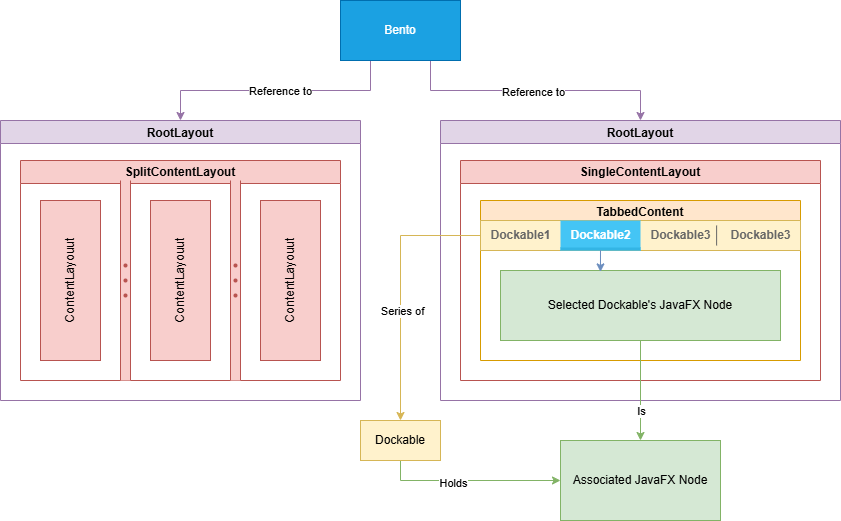
The draw.io diagram assets/overview.png in Col-E/BentoFX, before a commit. Source tidied: cells renumbered, new cells last; positions are measured from the earlier drawing's top-left corner, leaving out a move shared by most shapes. The source it was exported from:
```xml
<mxGraphModel>
  <root>
    <mxCell id="0" />
    <mxCell id="1" parent="0" />
    <mxCell id="2" value="RootLayout" style="swimlane;fillColor=#e1d5e7;strokeColor=#9673a6;" parent="1" vertex="1">
      <mxGeometry y="120" width="360" height="280" as="geometry" />
    </mxCell>
    <mxCell id="3" value="SplitContentLayout" style="swimlane;whiteSpace=wrap;html=1;startSize=23;fillColor=#f8cecc;strokeColor=#b85450;" parent="2" vertex="1">
      <mxGeometry x="20" y="40" width="320" height="220" as="geometry" />
    </mxCell>
    <mxCell id="4" style="verticalLabelPosition=bottom;shadow=0;dashed=0;align=center;html=1;verticalAlign=top;strokeWidth=1;shape=mxgraph.mockup.forms.splitter;strokeColor=#b85450;direction=north;fillColor=#f8cecc;" parent="3" vertex="1">
      <mxGeometry x="100" y="20" width="10" height="200" as="geometry" />
    </mxCell>
    <mxCell id="5" style="verticalLabelPosition=bottom;shadow=0;dashed=0;align=center;html=1;verticalAlign=top;strokeWidth=1;shape=mxgraph.mockup.forms.splitter;strokeColor=#b85450;direction=north;fillColor=#f8cecc;" parent="3" vertex="1">
      <mxGeometry x="210" y="20" width="10" height="200" as="geometry" />
    </mxCell>
    <mxCell id="6" value="ContentLayouut" style="rounded=0;whiteSpace=wrap;html=1;direction=west;horizontal=0;fillColor=#f8cecc;strokeColor=#b85450;" parent="3" vertex="1">
      <mxGeometry x="20" y="40" width="60" height="160" as="geometry" />
    </mxCell>
    <mxCell id="7" value="ContentLayouut" style="rounded=0;whiteSpace=wrap;html=1;direction=west;horizontal=0;fillColor=#f8cecc;strokeColor=#b85450;" parent="3" vertex="1">
      <mxGeometry x="130" y="40" width="60" height="160" as="geometry" />
    </mxCell>
    <mxCell id="8" value="ContentLayouut" style="rounded=0;whiteSpace=wrap;html=1;direction=west;horizontal=0;fillColor=#f8cecc;strokeColor=#b85450;" parent="3" vertex="1">
      <mxGeometry x="240" y="40" width="60" height="160" as="geometry" />
    </mxCell>
    <mxCell id="9" style="edgeStyle=orthogonalEdgeStyle;rounded=0;jettySize=auto;html=1;exitX=0.25;exitY=1;exitDx=0;exitDy=0;entryX=0.5;entryY=0;entryDx=0;entryDy=0;fillColor=#e1d5e7;strokeColor=#9673a6;" parent="1" edge="1" source="13" target="2">
      <mxGeometry relative="1" as="geometry" />
    </mxCell>
    <mxCell id="10" value="Reference to" style="edgeLabel;html=1;align=center;verticalAlign=middle;" parent="9" vertex="1">
      <mxGeometry x="-0.04" relative="1" as="geometry" />
    </mxCell>
    <mxCell id="11" style="edgeStyle=orthogonalEdgeStyle;rounded=0;jettySize=auto;html=1;exitX=0.75;exitY=1;exitDx=0;exitDy=0;entryX=0.5;entryY=0;entryDx=0;entryDy=0;fillColor=#e1d5e7;strokeColor=#9673a6;" parent="1" edge="1" source="13" target="14">
      <mxGeometry relative="1" as="geometry" />
    </mxCell>
    <mxCell id="12" value="Reference to" style="edgeLabel;html=1;align=center;verticalAlign=middle;" parent="11" vertex="1">
      <mxGeometry x="-0.02" y="-1" relative="1" as="geometry" />
    </mxCell>
    <mxCell id="13" value="Bento" style="rounded=0;whiteSpace=wrap;html=1;fillColor=#1ba1e2;strokeColor=#006EAF;fontColor=#ffffff;" parent="1" vertex="1">
      <mxGeometry x="340" width="120" height="60" as="geometry" />
    </mxCell>
    <mxCell id="14" value="RootLayout" style="swimlane;fillColor=#e1d5e7;strokeColor=#9673a6;" parent="1" vertex="1">
      <mxGeometry x="440" y="120" width="400" height="280" as="geometry" />
    </mxCell>
    <mxCell id="15" value="SingleContentLayout" style="swimlane;whiteSpace=wrap;html=1;startSize=23;fillColor=#f8cecc;strokeColor=#b85450;" parent="14" vertex="1">
      <mxGeometry x="20" y="40" width="360" height="220" as="geometry" />
    </mxCell>
    <mxCell id="16" value="TabbedContent" style="swimlane;whiteSpace=wrap;html=1;startSize=23;fillColor=#ffe6cc;strokeColor=#d79b00;" parent="15" vertex="1">
      <mxGeometry x="20" y="40" width="320" height="160" as="geometry" />
    </mxCell>
    <mxCell id="17" style="strokeWidth=1;html=1;shadow=0;dashed=0;shape=mxgraph.android.rrect;rSize=0;fillColor=#fff2cc;strokeColor=#d6b656;" parent="16" vertex="1">
      <mxGeometry y="20" width="320" height="30" as="geometry" />
    </mxCell>
    <mxCell id="18" value="Dockable1" style="strokeWidth=1;html=1;shadow=0;dashed=0;shape=mxgraph.android.anchor;fontStyle=1;fontColor=#666666;" parent="17" vertex="1">
      <mxGeometry width="80" height="30" as="geometry" />
    </mxCell>
    <mxCell id="19" value="Dockable2" style="strokeWidth=1;html=1;shadow=0;dashed=0;shape=mxgraph.android.rrect;rSize=0;fontStyle=1;fillColor=#44c5f5;strokeColor=none;fontColor=#ffffff;" parent="17" vertex="1">
      <mxGeometry x="80" width="80" height="30" as="geometry" />
    </mxCell>
    <mxCell id="20" style="strokeWidth=1;html=1;shadow=0;dashed=0;shape=mxgraph.android.rrect;rSize=0;fillColor=#33b5e5;strokeColor=none;" parent="19" vertex="1">
      <mxGeometry y="27" width="80" height="3" as="geometry" />
    </mxCell>
    <mxCell id="21" value="Dockable3" style="strokeWidth=1;html=1;shadow=0;dashed=0;shape=mxgraph.android.anchor;fontStyle=1;fontColor=#666666;" parent="17" vertex="1">
      <mxGeometry x="160" width="80" height="30" as="geometry" />
    </mxCell>
    <mxCell id="22" value="Dockable3" style="strokeWidth=1;html=1;shadow=0;dashed=0;shape=mxgraph.android.anchor;fontStyle=1;fontColor=#666666;" parent="17" vertex="1">
      <mxGeometry x="240" width="80" height="30" as="geometry" />
    </mxCell>
    <mxCell id="23" style="shape=line;strokeColor=#666666;direction=south;" parent="17" vertex="1">
      <mxGeometry x="227.5" y="5" width="17.3" height="20" as="geometry" />
    </mxCell>
    <mxCell id="24" value="Selected Dockable's JavaFX Node" style="rounded=0;whiteSpace=wrap;html=1;direction=west;horizontal=1;fillColor=#d5e8d4;strokeColor=#82b366;" parent="16" vertex="1">
      <mxGeometry x="20" y="70" width="280" height="70" as="geometry" />
    </mxCell>
    <mxCell id="25" style="edgeStyle=orthogonalEdgeStyle;rounded=0;jettySize=auto;html=1;entryX=0.643;entryY=0.98;entryDx=0;entryDy=0;entryPerimeter=0;fillColor=#dae8fc;strokeColor=#6c8ebf;" parent="16" edge="1" source="19" target="24">
      <mxGeometry relative="1" as="geometry" />
    </mxCell>
    <mxCell id="26" style="edgeStyle=orthogonalEdgeStyle;rounded=0;jettySize=auto;html=1;exitX=0.5;exitY=1;exitDx=0;exitDy=0;entryX=0;entryY=0.5;entryDx=0;entryDy=0;fillColor=#d5e8d4;strokeColor=#82b366;" parent="1" edge="1" source="28" target="29">
      <mxGeometry relative="1" as="geometry" />
    </mxCell>
    <mxCell id="27" value="Holds" style="edgeLabel;html=1;align=center;verticalAlign=middle;" parent="26" vertex="1">
      <mxGeometry x="-0.2" y="-2" relative="1" as="geometry" />
    </mxCell>
    <mxCell id="28" value="Dockable" style="rounded=0;whiteSpace=wrap;html=1;fillColor=#fff2cc;strokeColor=#d6b656;" parent="1" vertex="1">
      <mxGeometry x="360" y="420" width="80" height="40" as="geometry" />
    </mxCell>
    <mxCell id="29" value="Associated JavaFX Node" style="rounded=0;whiteSpace=wrap;html=1;fillColor=#d5e8d4;strokeColor=#82b366;" parent="1" vertex="1">
      <mxGeometry x="560" y="440" width="160" height="80" as="geometry" />
    </mxCell>
    <mxCell id="30" style="edgeStyle=orthogonalEdgeStyle;rounded=0;jettySize=auto;html=1;exitX=0.5;exitY=0;exitDx=0;exitDy=0;entryX=0.5;entryY=0;entryDx=0;entryDy=0;fillColor=#d5e8d4;strokeColor=#82b366;" parent="1" edge="1" source="24" target="29">
      <mxGeometry relative="1" as="geometry" />
    </mxCell>
    <mxCell id="31" value="Is" style="edgeLabel;html=1;align=center;verticalAlign=middle;" parent="30" vertex="1">
      <mxGeometry x="0.36" y="-2" relative="1" as="geometry">
        <mxPoint x="2" y="2" as="offset" />
      </mxGeometry>
    </mxCell>
    <mxCell id="32" style="edgeStyle=orthogonalEdgeStyle;rounded=0;jettySize=auto;html=1;entryX=0.5;entryY=0;entryDx=0;entryDy=0;fillColor=#fff2cc;strokeColor=#d6b656;" parent="1" edge="1" source="17" target="28">
      <mxGeometry relative="1" as="geometry" />
    </mxCell>
    <mxCell id="33" value="Series of" style="edgeLabel;html=1;align=center;verticalAlign=middle;" parent="32" vertex="1">
      <mxGeometry x="0.17" y="1" relative="1" as="geometry" />
    </mxCell>
  </root>
</mxGraphModel>
```
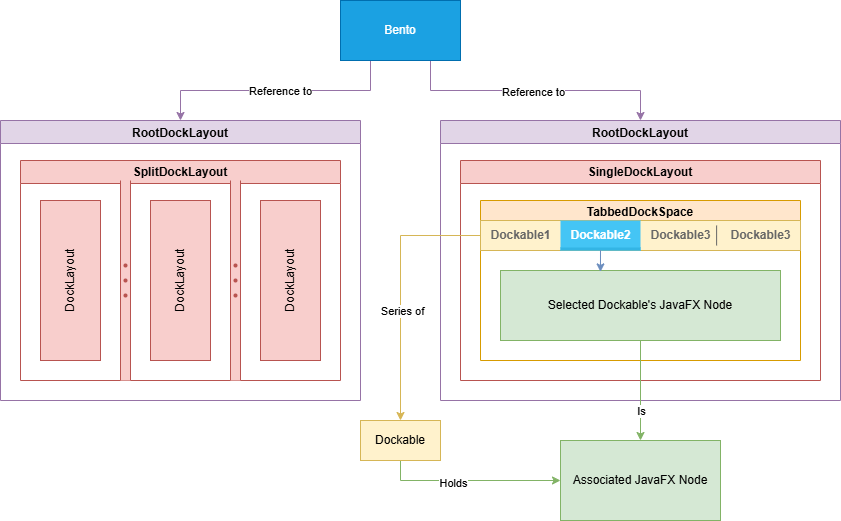
After the change.

What changed in the source:
```diff
@@ -2,10 +2,16 @@
   <root>
     <mxCell id="0" />
     <mxCell id="1" parent="0" />
+    <mxCell id="34" style="rounded=0;whiteSpace=wrap;html=1;strokeColor=none;" parent="1" vertex="1">
+      <mxGeometry y="144" width="360" height="256" as="geometry" />
+    </mxCell>
+    <mxCell id="35" style="rounded=0;whiteSpace=wrap;html=1;strokeColor=none;" parent="1" vertex="1">
+      <mxGeometry x="440" y="144" width="400" height="256" as="geometry" />
+    </mxCell>
-    <mxCell id="2" value="RootLayout" style="swimlane;fillColor=#e1d5e7;strokeColor=#9673a6;" parent="1" vertex="1">
+    <mxCell id="2" value="RootDockLayout" style="swimlane;fillColor=#e1d5e7;strokeColor=#9673a6;" parent="1" vertex="1">
       <mxGeometry y="120" width="360" height="280" as="geometry" />
     </mxCell>
-    <mxCell id="3" value="SplitContentLayout" style="swimlane;whiteSpace=wrap;html=1;startSize=23;fillColor=#f8cecc;strokeColor=#b85450;" parent="2" vertex="1">
+    <mxCell id="3" value="SplitDockLayout" style="swimlane;whiteSpace=wrap;html=1;startSize=23;fillColor=#f8cecc;strokeColor=#b85450;" parent="2" vertex="1">
       <mxGeometry x="20" y="40" width="320" height="220" as="geometry" />
     </mxCell>
     <mxCell id="4" style="verticalLabelPosition=bottom;shadow=0;dashed=0;align=center;html=1;verticalAlign=top;strokeWidth=1;shape=mxgraph.mockup.forms.splitter;strokeColor=#b85450;direction=north;fillColor=#f8cecc;" parent="3" vertex="1">
@@ -14,13 +20,13 @@
     <mxCell id="5" style="verticalLabelPosition=bottom;shadow=0;dashed=0;align=center;html=1;verticalAlign=top;strokeWidth=1;shape=mxgraph.mockup.forms.splitter;strokeColor=#b85450;direction=north;fillColor=#f8cecc;" parent="3" vertex="1">
       <mxGeometry x="210" y="20" width="10" height="200" as="geometry" />
     </mxCell>
-    <mxCell id="6" value="ContentLayouut" style="rounded=0;whiteSpace=wrap;html=1;direction=west;horizontal=0;fillColor=#f8cecc;strokeColor=#b85450;" parent="3" vertex="1">
+    <mxCell id="6" value="DockLayout" style="rounded=0;whiteSpace=wrap;html=1;direction=west;horizontal=0;fillColor=#f8cecc;strokeColor=#b85450;" parent="3" vertex="1">
       <mxGeometry x="20" y="40" width="60" height="160" as="geometry" />
     </mxCell>
-    <mxCell id="7" value="ContentLayouut" style="rounded=0;whiteSpace=wrap;html=1;direction=west;horizontal=0;fillColor=#f8cecc;strokeColor=#b85450;" parent="3" vertex="1">
+    <mxCell id="7" value="DockLayout" style="rounded=0;whiteSpace=wrap;html=1;direction=west;horizontal=0;fillColor=#f8cecc;strokeColor=#b85450;" parent="3" vertex="1">
       <mxGeometry x="130" y="40" width="60" height="160" as="geometry" />
     </mxCell>
-    <mxCell id="8" value="ContentLayouut" style="rounded=0;whiteSpace=wrap;html=1;direction=west;horizontal=0;fillColor=#f8cecc;strokeColor=#b85450;" parent="3" vertex="1">
+    <mxCell id="8" value="DockLayout" style="rounded=0;whiteSpace=wrap;html=1;direction=west;horizontal=0;fillColor=#f8cecc;strokeColor=#b85450;" parent="3" vertex="1">
       <mxGeometry x="240" y="40" width="60" height="160" as="geometry" />
     </mxCell>
     <mxCell id="9" style="edgeStyle=orthogonalEdgeStyle;rounded=0;jettySize=auto;html=1;exitX=0.25;exitY=1;exitDx=0;exitDy=0;entryX=0.5;entryY=0;entryDx=0;entryDy=0;fillColor=#e1d5e7;strokeColor=#9673a6;" parent="1" edge="1" source="13" target="2">
@@ -38,13 +44,13 @@
     <mxCell id="13" value="Bento" style="rounded=0;whiteSpace=wrap;html=1;fillColor=#1ba1e2;strokeColor=#006EAF;fontColor=#ffffff;" parent="1" vertex="1">
       <mxGeometry x="340" width="120" height="60" as="geometry" />
     </mxCell>
-    <mxCell id="14" value="RootLayout" style="swimlane;fillColor=#e1d5e7;strokeColor=#9673a6;" parent="1" vertex="1">
+    <mxCell id="14" value="RootDockLayout" style="swimlane;fillColor=#e1d5e7;strokeColor=#9673a6;" parent="1" vertex="1">
       <mxGeometry x="440" y="120" width="400" height="280" as="geometry" />
     </mxCell>
-    <mxCell id="15" value="SingleContentLayout" style="swimlane;whiteSpace=wrap;html=1;startSize=23;fillColor=#f8cecc;strokeColor=#b85450;" parent="14" vertex="1">
+    <mxCell id="15" value="SingleDockLayout" style="swimlane;whiteSpace=wrap;html=1;startSize=23;fillColor=#f8cecc;strokeColor=#b85450;" parent="14" vertex="1">
       <mxGeometry x="20" y="40" width="360" height="220" as="geometry" />
     </mxCell>
-    <mxCell id="16" value="TabbedContent" style="swimlane;whiteSpace=wrap;html=1;startSize=23;fillColor=#ffe6cc;strokeColor=#d79b00;" parent="15" vertex="1">
+    <mxCell id="16" value="TabbedDockSpace" style="swimlane;whiteSpace=wrap;html=1;startSize=23;fillColor=#ffe6cc;strokeColor=#d79b00;" parent="15" vertex="1">
       <mxGeometry x="20" y="40" width="320" height="160" as="geometry" />
     </mxCell>
     <mxCell id="17" style="strokeWidth=1;html=1;shadow=0;dashed=0;shape=mxgraph.android.rrect;rSize=0;fillColor=#fff2cc;strokeColor=#d6b656;" parent="16" vertex="1">
```
